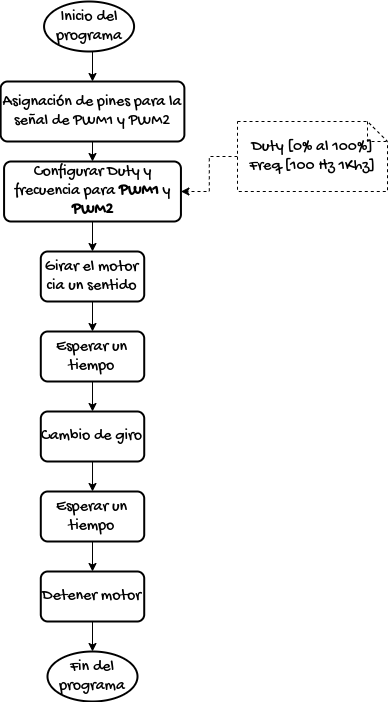
The draw.io diagram desing/t3-bridge-h/programa-a-realizar.drawio.png in johnnycubides/taller-ing-electronical-UNAL, before a commit. Source tidied: cells renumbered, new cells last; positions are measured from the earlier drawing's top-left corner, leaving out a move shared by most shapes. The source it was exported from:
```xml
<mxGraphModel>
  <root>
    <mxCell id="0" />
    <mxCell id="1" parent="0" />
    <mxCell id="2" style="edgeStyle=orthogonalEdgeStyle;rounded=0;jettySize=auto;html=1;exitX=0.5;exitY=1;exitDx=0;exitDy=0;exitPerimeter=0;entryX=0.5;entryY=0;entryDx=0;entryDy=0;fontFamily=Gochi Hand;fontSource=https%3A%2F%2Ffonts.googleapis.com%2Fcss%3Ffamily%3DGochi%2BHand;fontSize=16;" parent="1" edge="1" source="3" target="5">
      <mxGeometry relative="1" as="geometry" />
    </mxCell>
    <mxCell id="3" value="Inicio del programa" style="strokeWidth=2;html=1;shape=mxgraph.flowchart.start_1;whiteSpace=wrap;fontFamily=Gochi Hand;fontSource=https%3A%2F%2Ffonts.googleapis.com%2Fcss%3Ffamily%3DGochi%2BHand;fontSize=16;" parent="1" vertex="1">
      <mxGeometry x="43.6" width="90" height="50" as="geometry" />
    </mxCell>
    <mxCell id="4" style="edgeStyle=orthogonalEdgeStyle;rounded=0;jettySize=auto;html=1;exitX=0.5;exitY=1;exitDx=0;exitDy=0;entryX=0.5;entryY=0;entryDx=0;entryDy=0;fontFamily=Gochi Hand;fontSource=https%3A%2F%2Ffonts.googleapis.com%2Fcss%3Ffamily%3DGochi%2BHand;fontSize=16;" parent="1" edge="1" source="5" target="7">
      <mxGeometry relative="1" as="geometry" />
    </mxCell>
    <mxCell id="5" value="Asignación de pines para la señal de PWM1 y PWM2" style="rounded=1;whiteSpace=wrap;html=1;absoluteArcSize=1;arcSize=14;strokeWidth=2;fontFamily=Gochi Hand;fontSource=https%3A%2F%2Ffonts.googleapis.com%2Fcss%3Ffamily%3DGochi%2BHand;fontSize=16;" parent="1" vertex="1">
      <mxGeometry x="0.1" y="80" width="183.8" height="60" as="geometry" />
    </mxCell>
    <mxCell id="6" style="edgeStyle=orthogonalEdgeStyle;rounded=0;jettySize=auto;html=1;exitX=0.5;exitY=1;exitDx=0;exitDy=0;entryX=0.5;entryY=0;entryDx=0;entryDy=0;fontFamily=Gochi Hand;fontSource=https%3A%2F%2Ffonts.googleapis.com%2Fcss%3Ffamily%3DGochi%2BHand;fontSize=16;" parent="1" edge="1" source="7" target="11">
      <mxGeometry relative="1" as="geometry" />
    </mxCell>
    <mxCell id="7" value="Configurar Duty y frecuencia para &lt;b&gt;PWM1&lt;/b&gt; y &lt;b&gt;PWM2&lt;/b&gt;" style="rounded=1;whiteSpace=wrap;html=1;absoluteArcSize=1;arcSize=14;strokeWidth=2;fontFamily=Gochi Hand;fontSource=https%3A%2F%2Ffonts.googleapis.com%2Fcss%3Ffamily%3DGochi%2BHand;fontSize=16;" parent="1" vertex="1">
      <mxGeometry x="3.6" y="160" width="176.9" height="60" as="geometry" />
    </mxCell>
    <mxCell id="8" style="edgeStyle=orthogonalEdgeStyle;rounded=0;jettySize=auto;html=1;exitX=0;exitY=0.5;exitDx=0;exitDy=0;exitPerimeter=0;entryX=1;entryY=0.5;entryDx=0;entryDy=0;fontFamily=Gochi Hand;fontSource=https%3A%2F%2Ffonts.googleapis.com%2Fcss%3Ffamily%3DGochi%2BHand;fontSize=16;dashed=1;" parent="1" edge="1" source="9" target="7">
      <mxGeometry relative="1" as="geometry" />
    </mxCell>
    <mxCell id="9" value="Duty [0% al 100%]&lt;br&gt;Freq [100 Hz 1Khz]" style="shape=note;size=20;whiteSpace=wrap;html=1;fontFamily=Gochi Hand;fontSource=https%3A%2F%2Ffonts.googleapis.com%2Fcss%3Ffamily%3DGochi%2BHand;fontSize=16;dashed=1;" parent="1" vertex="1">
      <mxGeometry x="237" y="120" width="150" height="70" as="geometry" />
    </mxCell>
    <mxCell id="10" style="edgeStyle=orthogonalEdgeStyle;rounded=0;jettySize=auto;html=1;exitX=0.5;exitY=1;exitDx=0;exitDy=0;entryX=0.5;entryY=0;entryDx=0;entryDy=0;fontFamily=Gochi Hand;fontSource=https%3A%2F%2Ffonts.googleapis.com%2Fcss%3Ffamily%3DGochi%2BHand;fontSize=16;" parent="1" edge="1" source="11" target="13">
      <mxGeometry relative="1" as="geometry" />
    </mxCell>
    <mxCell id="11" value="Girar el motor cia un sentido" style="rounded=1;whiteSpace=wrap;html=1;absoluteArcSize=1;arcSize=14;strokeWidth=2;fontFamily=Gochi Hand;fontSource=https%3A%2F%2Ffonts.googleapis.com%2Fcss%3Ffamily%3DGochi%2BHand;fontSize=16;" parent="1" vertex="1">
      <mxGeometry x="40.3" y="250" width="103.4" height="50" as="geometry" />
    </mxCell>
    <mxCell id="12" style="edgeStyle=orthogonalEdgeStyle;rounded=0;jettySize=auto;html=1;exitX=0.5;exitY=1;exitDx=0;exitDy=0;entryX=0.5;entryY=0;entryDx=0;entryDy=0;fontFamily=Gochi Hand;fontSource=https%3A%2F%2Ffonts.googleapis.com%2Fcss%3Ffamily%3DGochi%2BHand;fontSize=16;" parent="1" edge="1" source="13" target="15">
      <mxGeometry relative="1" as="geometry" />
    </mxCell>
    <mxCell id="13" value="Esperar un tiempo" style="rounded=1;whiteSpace=wrap;html=1;absoluteArcSize=1;arcSize=14;strokeWidth=2;fontFamily=Gochi Hand;fontSource=https%3A%2F%2Ffonts.googleapis.com%2Fcss%3Ffamily%3DGochi%2BHand;fontSize=16;" parent="1" vertex="1">
      <mxGeometry x="40.3" y="330" width="103.4" height="50" as="geometry" />
    </mxCell>
    <mxCell id="14" style="edgeStyle=orthogonalEdgeStyle;rounded=0;jettySize=auto;html=1;exitX=0.5;exitY=1;exitDx=0;exitDy=0;entryX=0.5;entryY=0;entryDx=0;entryDy=0;fontFamily=Gochi Hand;fontSource=https%3A%2F%2Ffonts.googleapis.com%2Fcss%3Ffamily%3DGochi%2BHand;fontSize=16;" parent="1" edge="1" source="15" target="17">
      <mxGeometry relative="1" as="geometry" />
    </mxCell>
    <mxCell id="15" value="Cambio de giro" style="rounded=1;whiteSpace=wrap;html=1;absoluteArcSize=1;arcSize=14;strokeWidth=2;fontFamily=Gochi Hand;fontSource=https%3A%2F%2Ffonts.googleapis.com%2Fcss%3Ffamily%3DGochi%2BHand;fontSize=16;" parent="1" vertex="1">
      <mxGeometry x="40.3" y="410" width="103.4" height="50" as="geometry" />
    </mxCell>
    <mxCell id="16" style="edgeStyle=orthogonalEdgeStyle;rounded=0;jettySize=auto;html=1;exitX=0.5;exitY=1;exitDx=0;exitDy=0;entryX=0.5;entryY=0;entryDx=0;entryDy=0;fontFamily=Gochi Hand;fontSource=https%3A%2F%2Ffonts.googleapis.com%2Fcss%3Ffamily%3DGochi%2BHand;fontSize=16;" parent="1" edge="1" source="17" target="19">
      <mxGeometry relative="1" as="geometry" />
    </mxCell>
    <mxCell id="17" value="Esperar un tiempo" style="rounded=1;whiteSpace=wrap;html=1;absoluteArcSize=1;arcSize=14;strokeWidth=2;fontFamily=Gochi Hand;fontSource=https%3A%2F%2Ffonts.googleapis.com%2Fcss%3Ffamily%3DGochi%2BHand;fontSize=16;" parent="1" vertex="1">
      <mxGeometry x="40.3" y="490" width="103.4" height="50" as="geometry" />
    </mxCell>
    <mxCell id="18" style="edgeStyle=orthogonalEdgeStyle;rounded=0;jettySize=auto;html=1;exitX=0.5;exitY=1;exitDx=0;exitDy=0;entryX=0.5;entryY=0;entryDx=0;entryDy=0;entryPerimeter=0;fontFamily=Gochi Hand;fontSource=https%3A%2F%2Ffonts.googleapis.com%2Fcss%3Ffamily%3DGochi%2BHand;fontSize=16;" parent="1" edge="1" source="19" target="20">
      <mxGeometry relative="1" as="geometry" />
    </mxCell>
    <mxCell id="19" value="Detener motor" style="rounded=1;whiteSpace=wrap;html=1;absoluteArcSize=1;arcSize=14;strokeWidth=2;fontFamily=Gochi Hand;fontSource=https%3A%2F%2Ffonts.googleapis.com%2Fcss%3Ffamily%3DGochi%2BHand;fontSize=16;" parent="1" vertex="1">
      <mxGeometry x="40.3" y="570" width="103.4" height="50" as="geometry" />
    </mxCell>
    <mxCell id="20" value="Fin del programa" style="strokeWidth=2;html=1;shape=mxgraph.flowchart.start_1;whiteSpace=wrap;fontFamily=Gochi Hand;fontSource=https%3A%2F%2Ffonts.googleapis.com%2Fcss%3Ffamily%3DGochi%2BHand;fontSize=16;" parent="1" vertex="1">
      <mxGeometry x="47" y="650" width="90" height="50" as="geometry" />
    </mxCell>
  </root>
</mxGraphModel>
```
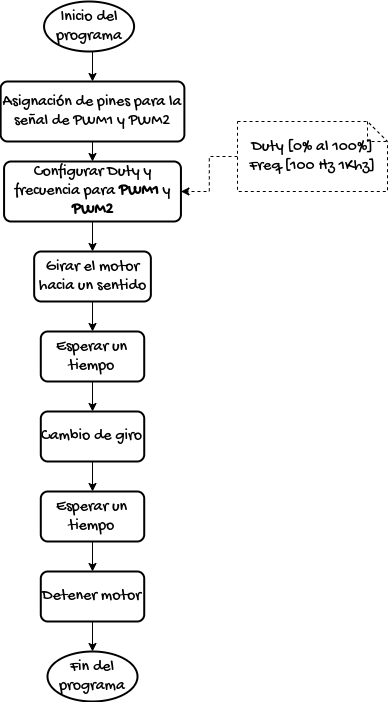
After the commit.

What changed in the source:
```diff
@@ -29,8 +29,8 @@
     <mxCell id="10" style="edgeStyle=orthogonalEdgeStyle;rounded=0;jettySize=auto;html=1;exitX=0.5;exitY=1;exitDx=0;exitDy=0;entryX=0.5;entryY=0;entryDx=0;entryDy=0;fontFamily=Gochi Hand;fontSource=https%3A%2F%2Ffonts.googleapis.com%2Fcss%3Ffamily%3DGochi%2BHand;fontSize=16;" parent="1" edge="1" source="11" target="13">
       <mxGeometry relative="1" as="geometry" />
     </mxCell>
-    <mxCell id="11" value="Girar el motor cia un sentido" style="rounded=1;whiteSpace=wrap;html=1;absoluteArcSize=1;arcSize=14;strokeWidth=2;fontFamily=Gochi Hand;fontSource=https%3A%2F%2Ffonts.googleapis.com%2Fcss%3Ffamily%3DGochi%2BHand;fontSize=16;" parent="1" vertex="1">
-      <mxGeometry x="40.3" y="250" width="103.4" height="50" as="geometry" />
+    <mxCell id="11" value="Girar el motor hacia un sentido" style="rounded=1;whiteSpace=wrap;html=1;absoluteArcSize=1;arcSize=14;strokeWidth=2;fontFamily=Gochi Hand;fontSource=https%3A%2F%2Ffonts.googleapis.com%2Fcss%3Ffamily%3DGochi%2BHand;fontSize=16;" parent="1" vertex="1">
+      <mxGeometry x="33.7" y="250" width="116.7" height="50" as="geometry" />
     </mxCell>
     <mxCell id="12" style="edgeStyle=orthogonalEdgeStyle;rounded=0;jettySize=auto;html=1;exitX=0.5;exitY=1;exitDx=0;exitDy=0;entryX=0.5;entryY=0;entryDx=0;entryDy=0;fontFamily=Gochi Hand;fontSource=https%3A%2F%2Ffonts.googleapis.com%2Fcss%3Ffamily%3DGochi%2BHand;fontSize=16;" parent="1" edge="1" source="13" target="15">
       <mxGeometry relative="1" as="geometry" />
```
